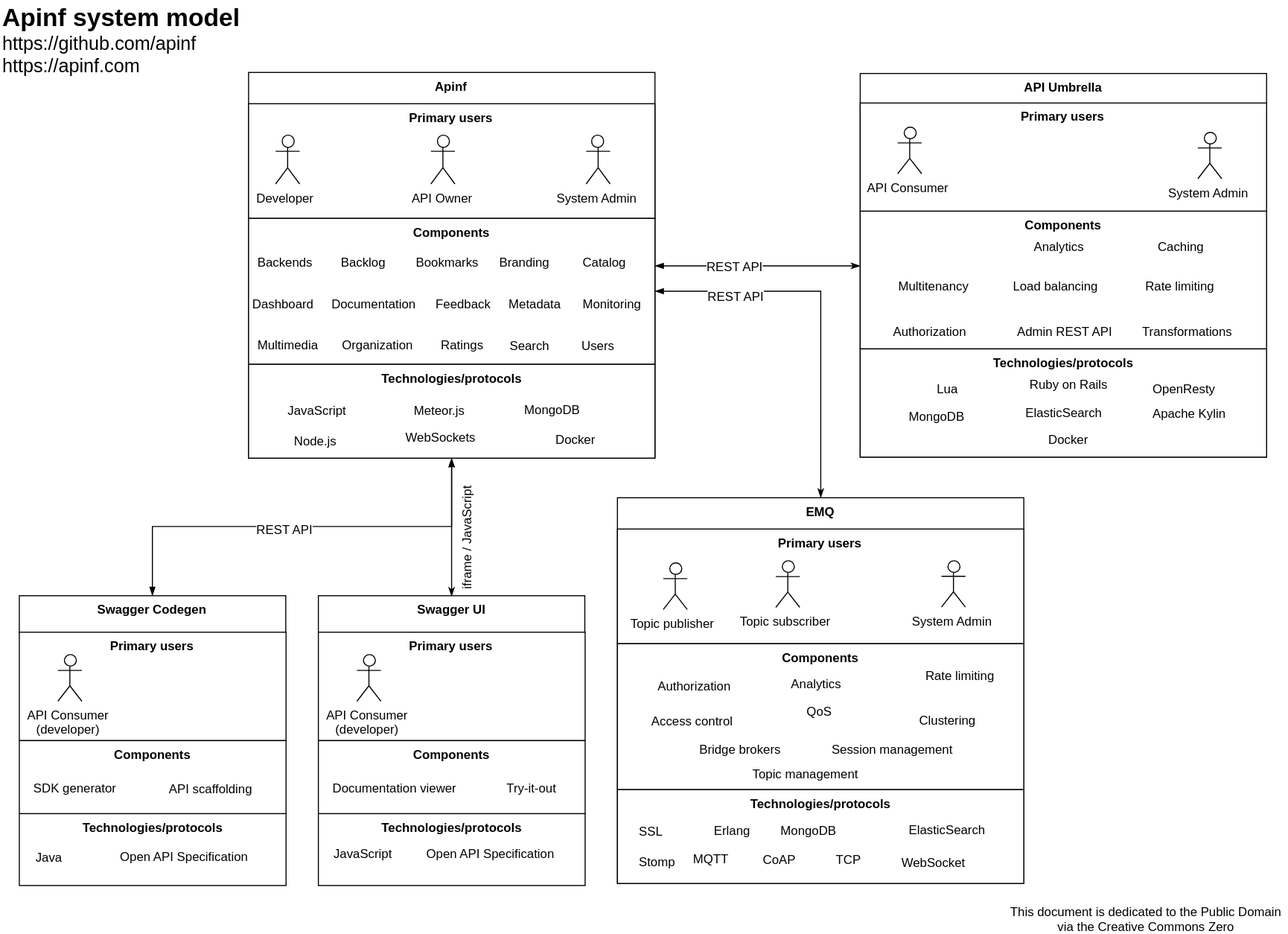
apinf/docs keeps this draw.io diagram as docs/develop/Architecture/Apinf-systemModel.svg. Above is the earlier version. Source tidied: cells renumbered, new cells last; positions are measured from the earlier drawing's top-left corner, leaving out a move shared by most shapes.
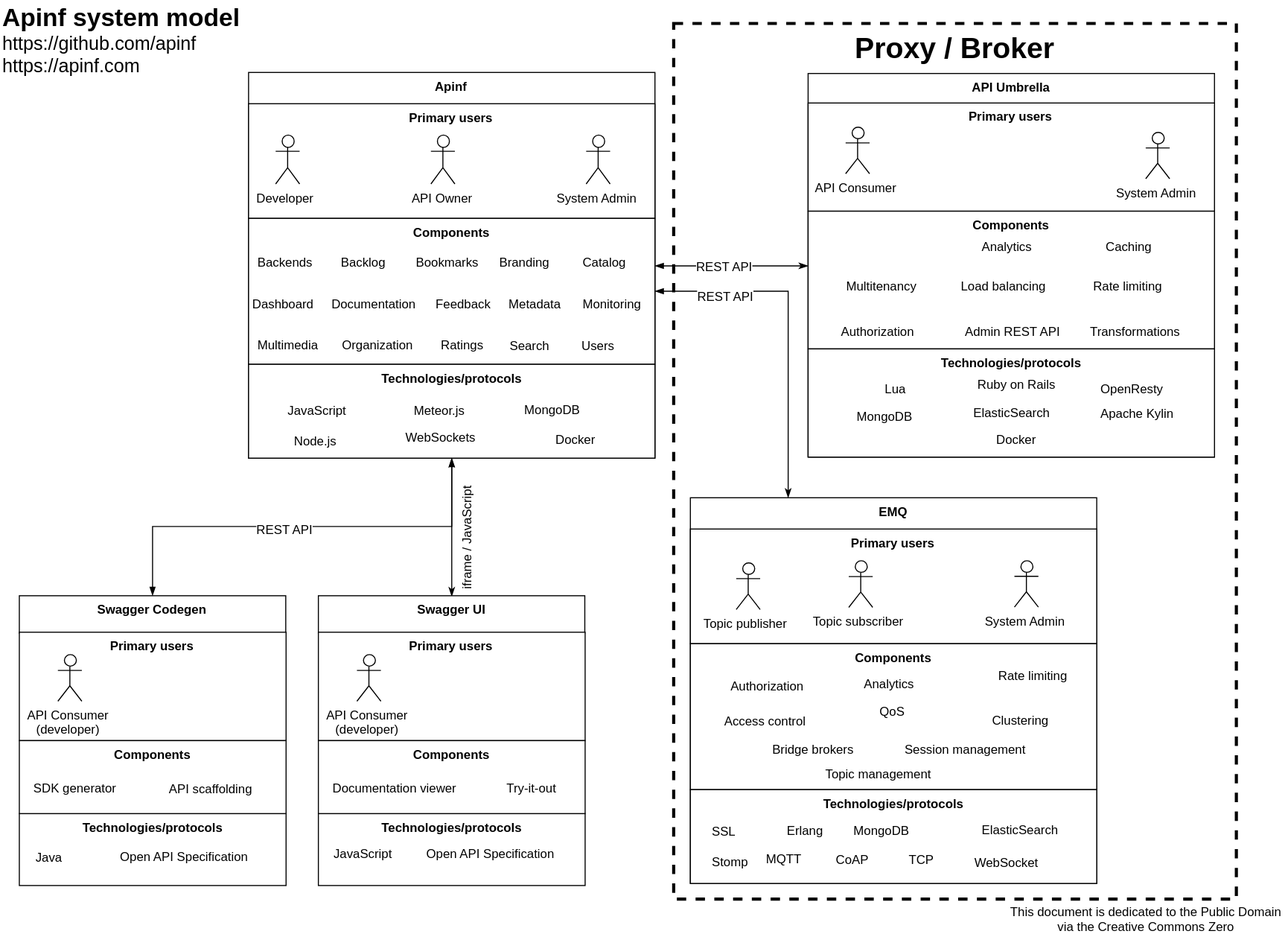
The same file after the commit.

Commit message:
Add proxy/broker enclosure

What changed in the source:
```diff
@@ -90,7 +90,7 @@
       <mxGeometry x="293" y="343" width="50" height="20" as="geometry" />
     </mxCell>
     <mxCell id="31" style="group;" parent="1" vertex="1">
-      <mxGeometry x="825" y="70" width="390" height="368" as="geometry" />
+      <mxGeometry x="775" y="70" width="390" height="368" as="geometry" />
     </mxCell>
     <mxCell id="32" style="group;" parent="31" vertex="1">
       <mxGeometry width="390" height="368" as="geometry" />
@@ -163,13 +163,13 @@
     </mxCell>
     <mxCell id="55" value="REST API" style="text;html=1;align=center;verticalAlign=middle;labelBackgroundColor=#ffffff;" parent="54" vertex="1">
       <mxGeometry y="-78" relative="1" as="geometry">
-        <mxPoint x="-22" y="-78" as="offset" />
+        <mxPoint x="-7" y="-78" as="offset" />
       </mxGeometry>
     </mxCell>
     <mxCell id="56" style="edgeStyle=orthogonalEdgeStyle;rounded=0;html=1;startArrow=blockThin;startFill=1;endArrow=classicThin;endFill=1;jettySize=auto;" parent="1" edge="1" source="8" target="92">
       <mxGeometry relative="1" as="geometry">
         <Array as="points">
-          <mxPoint x="787" y="279" />
+          <mxPoint x="756" y="279" />
         </Array>
       </mxGeometry>
     </mxCell>
@@ -277,7 +277,7 @@
       <mxGeometry x="-0.08" y="-2" relative="1" as="geometry" />
     </mxCell>
     <mxCell id="90" style="group;" parent="1" vertex="1">
-      <mxGeometry x="592" y="477" width="390" height="404" as="geometry" />
+      <mxGeometry x="662" y="477" width="390" height="404" as="geometry" />
     </mxCell>
     <mxCell id="91" style="group;" parent="90" vertex="1">
       <mxGeometry width="390" height="404" as="geometry" />
@@ -363,5 +363,8 @@
     <mxCell id="118" value="This document is dedicated to the Public Domain via the Creative Commons Zero&lt;br&gt;" style="text;html=1;strokeColor=none;fillColor=none;align=center;verticalAlign=middle;whiteSpace=wrap;rounded=0;shadow=0;glass=0;comic=0;" parent="1" vertex="1">
       <mxGeometry x="964" y="871" width="271" height="20" as="geometry" />
     </mxCell>
+    <mxCell id="119" value="&lt;font style=&quot;font-size: 28px&quot;&gt;&lt;b&gt;Proxy / Broker&lt;br&gt;&lt;/b&gt;&lt;/font&gt;" style="rounded=0;whiteSpace=wrap;html=1;shadow=0;glass=0;comic=0;strokeColor=#000000;align=center;dashed=1;fillColor=none;strokeWidth=3;verticalAlign=top;" parent="1" vertex="1">
+      <mxGeometry x="646" y="22" width="540" height="840" as="geometry" />
+    </mxCell>
   </root>
 </mxGraphModel>
```
